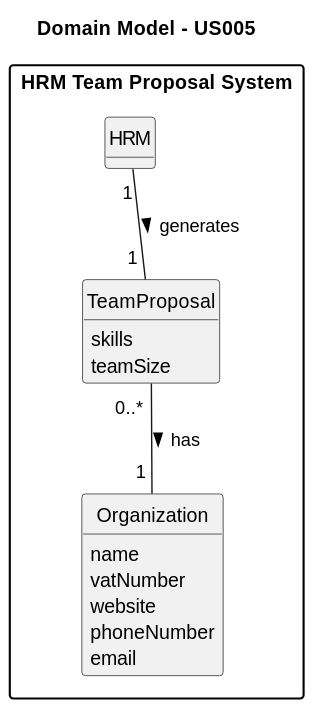
Earlier version of the PlantUML export docs/sprintA/us005/02.analysis/svg/us005-domain-model.svg (SAEmanuel/Green_Spaces_Management_ISEP).
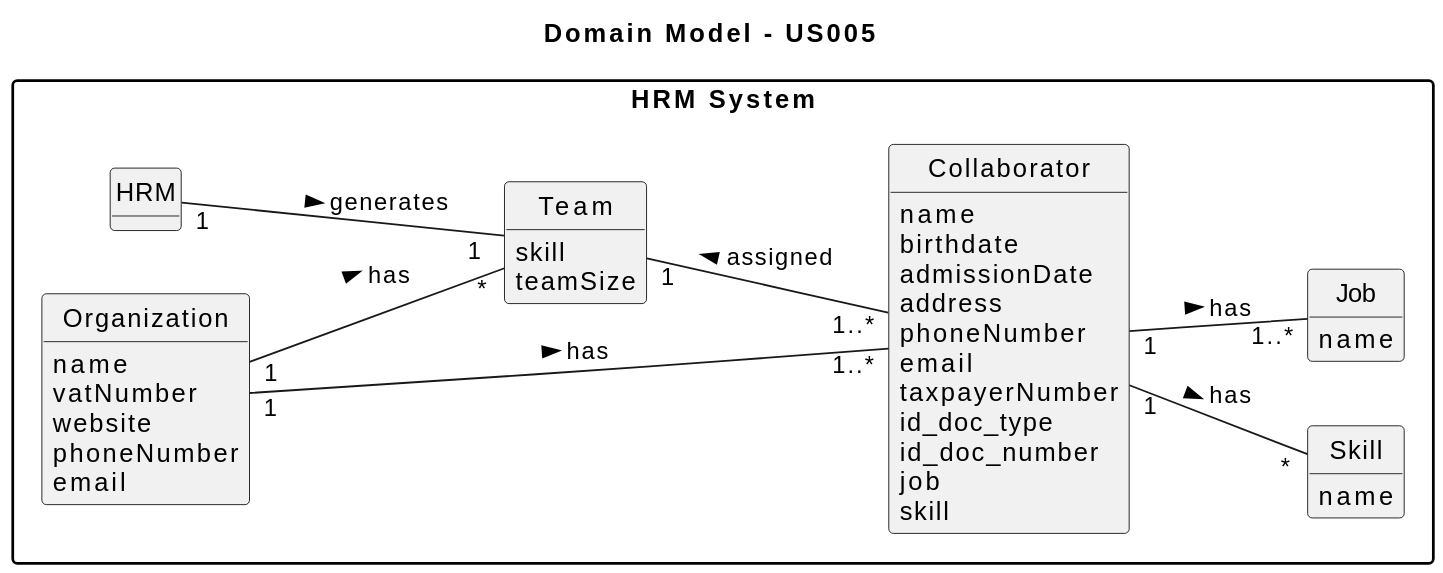
The same diagram one commit later.

The edit, as a diff of the source:
```diff
@@ -7,17 +7,33 @@
 
 skinparam classAttributeIconSize 0
 
+left to right direction
+
 hide circles
 hide methods
 
-package "HRM Team Proposal System" {
+package "HRM System" {
     class HRM {
     }
 
-    class TeamProposal {
-        skills
+    class Team {
+        skill
         teamSize
     }
+
+    class Collaborator {
+            name
+            birthdate
+            admissionDate
+            address
+            phoneNumber
+            email
+            taxpayerNumber
+            id_doc_type
+            id_doc_number
+            job
+            skill
+        }
 
     class Organization {
         name
@@ -27,7 +43,22 @@
         email
     }
 
-    HRM "1" -- "1 " TeamProposal : generates >
-    TeamProposal "0..* " -- "1 " Organization : has >
+    class Skill {
+        name
+    }
+
+    class Job {
+        name
+    }
+
+
+    HRM "1  " -- "1 " Team : generates >
+    Organization "1 " -- "*" Team : has >
+    Organization "1 " -- "1..*" Collaborator : has >
+    Team "1 " -- "1..*" Collaborator : assigned <
+
+    Collaborator "1" -- "*" Skill : has >
+    Collaborator "1" -- "1..*" Job : has >
+
 }
 @enduml
```
